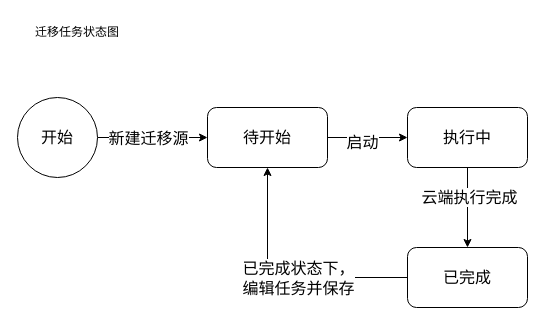
This is page "迁移工具" (2 of 3) of Hedv.drawio from Sidamor/drawio, a draw.io file, before an edit. Source tidied: cells renumbered, new cells numbered last; positions are measured from the earlier drawing's top-left corner, leaving out a move shared by most shapes. Both pictures are drawn from the tidied source at 100%, with x=0, y=0 at pixel (17, 17).
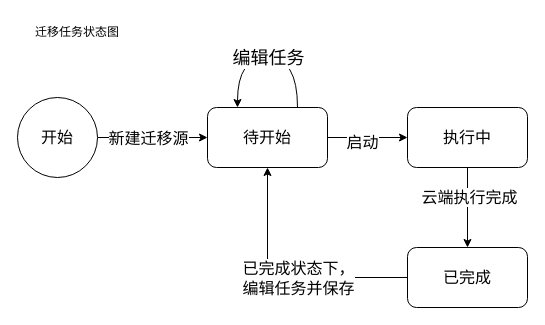
The same page after the edit.

The edit, as a diff of the source:
```diff
@@
 <mxGraphModel>
   <root>
     <mxCell id="0" />
     <mxCell id="1" parent="0" />
     <mxCell id="2" style="edgeStyle=orthogonalEdgeStyle;rounded=0;jettySize=auto;html=1;fontSize=16;" parent="1" edge="1" source="4" target="10">
       <mxGeometry relative="1" as="geometry" />
     </mxCell>
     <mxCell id="3" value="启动" style="edgeLabel;html=1;align=center;verticalAlign=middle;fontSize=16;" parent="2" vertex="1">
       <mxGeometry x="-0.15" y="-4" relative="1" as="geometry" />
     </mxCell>
     <mxCell id="4" value="待开始" style="rounded=1;whiteSpace=wrap;html=1;fontSize=16;" parent="1" vertex="1">
       <mxGeometry x="190" y="90" width="120" height="60" as="geometry" />
     </mxCell>
     <mxCell id="5" style="edgeStyle=orthogonalEdgeStyle;rounded=0;jettySize=auto;html=1;fontSize=16;" parent="1" edge="1" source="7" target="4">
       <mxGeometry relative="1" as="geometry" />
     </mxCell>
     <mxCell id="6" value="新建迁移源" style="edgeLabel;html=1;align=center;verticalAlign=middle;fontSize=16;" parent="5" vertex="1">
       <mxGeometry x="-0.09" relative="1" as="geometry" />
     </mxCell>
     <mxCell id="7" value="开始" style="ellipse;whiteSpace=wrap;html=1;fontSize=16;" parent="1" vertex="1">
       <mxGeometry y="80" width="80" height="80" as="geometry" />
     </mxCell>
     <mxCell id="8" style="edgeStyle=orthogonalEdgeStyle;rounded=0;jettySize=auto;html=1;fontSize=16;" parent="1" edge="1" source="10" target="13">
       <mxGeometry relative="1" as="geometry" />
     </mxCell>
     <mxCell id="9" value="云端执行完成" style="edgeLabel;html=1;align=center;verticalAlign=middle;fontSize=16;" parent="8" vertex="1">
       <mxGeometry x="-0.28" y="1" relative="1" as="geometry" />
     </mxCell>
     <mxCell id="10" value="执行中" style="rounded=1;whiteSpace=wrap;html=1;fontSize=16;" parent="1" vertex="1">
       <mxGeometry x="390" y="90" width="120" height="60" as="geometry" />
     </mxCell>
     <mxCell id="11" style="edgeStyle=orthogonalEdgeStyle;rounded=0;jettySize=auto;html=1;exitX=0;exitY=0.5;exitDx=0;exitDy=0;entryX=0.5;entryY=1;entryDx=0;entryDy=0;fontSize=16;" parent="1" edge="1" source="13" target="4">
       <mxGeometry relative="1" as="geometry" />
     </mxCell>
     <mxCell id="12" value="已完成状态下，&lt;div&gt;编辑任务并保存&lt;/div&gt;" style="edgeLabel;html=1;align=center;verticalAlign=middle;fontSize=16;" parent="11" vertex="1">
       <mxGeometry x="-0.49" y="3" relative="1" as="geometry">
         <mxPoint x="-46" y="-3" as="offset" />
       </mxGeometry>
     </mxCell>
     <mxCell id="13" value="已完成" style="rounded=1;whiteSpace=wrap;html=1;fontSize=16;" parent="1" vertex="1">
       <mxGeometry x="390" y="230" width="120" height="60" as="geometry" />
     </mxCell>
     <mxCell id="14" value="迁移任务状态图" style="text;html=1;align=center;verticalAlign=middle;whiteSpace=wrap;rounded=0;" parent="1" vertex="1">
       <mxGeometry width="120" height="30" as="geometry" />
     </mxCell>
+    <mxCell id="15" style="edgeStyle=orthogonalEdgeStyle;rounded=0;orthogonalLoop=1;jettySize=auto;html=1;exitX=0.75;exitY=0;exitDx=0;exitDy=0;entryX=0.25;entryY=0;entryDx=0;entryDy=0;curved=1;" parent="1" edge="1" source="4" target="4">
+      <mxGeometry relative="1" as="geometry">
+        <Array as="points">
+          <mxPoint x="280" y="40" />
+          <mxPoint x="220" y="40" />
+        </Array>
+      </mxGeometry>
+    </mxCell>
+    <mxCell id="16" value="&lt;font style=&quot;font-size: 18px;&quot;&gt;编辑任务&lt;/font&gt;" style="edgeLabel;html=1;align=center;verticalAlign=middle;" parent="15" vertex="1">
+      <mxGeometry relative="1" as="geometry" />
+    </mxCell>
   </root>
 </mxGraphModel>
```
